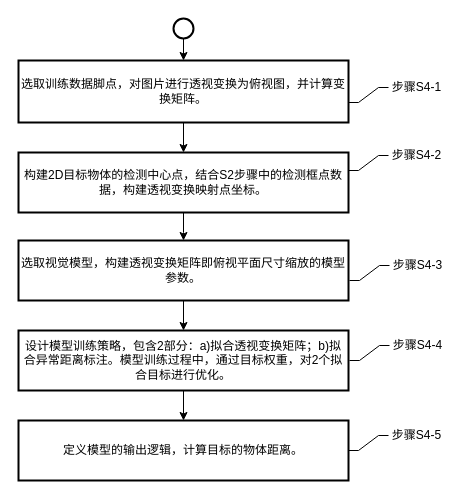
Above: page "第 5 页" (5 of 8) of 未命名绘图.drawio in luhaofang/luhaofang.github.io (draw.io), before the change. Source tidied: cells renumbered, new cells numbered last; positions are measured from the earlier drawing's top-left corner, leaving out a move shared by most shapes. Both pictures are drawn from the tidied source at 100%, with x=0, y=0 at pixel (18, 18).
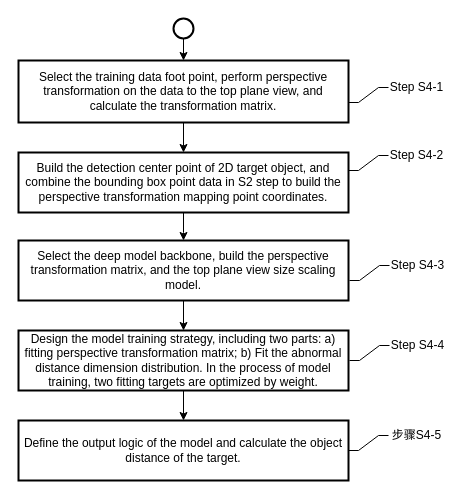
Above is the later version.

What changed in the source:
```diff
@@
-    <mxCell id="3" value="选取训练数据脚点，对图片进行透视变换为俯视图，并计算变换矩阵。" style="rounded=1;whiteSpace=wrap;html=1;absoluteArcSize=1;arcSize=0;strokeWidth=2;" parent="1" vertex="1">
+    <mxCell id="3" value="Select the training data foot point, perform perspective transformation on the data to the top plane view, and calculate the transformation matrix." style="rounded=1;whiteSpace=wrap;html=1;absoluteArcSize=1;arcSize=0;strokeWidth=2;" parent="1" vertex="1">
       <mxGeometry y="42" width="330" height="62" as="geometry" />
     </mxCell>
@@
-    <mxCell id="7" value="构建2D目标物体的检测中心点，结合S2步骤中的检测框点数据，构建透视变换映射点坐标。" style="rounded=1;whiteSpace=wrap;html=1;absoluteArcSize=1;arcSize=0;strokeWidth=2;" parent="1" vertex="1">
+    <mxCell id="7" value="Build the detection center point of 2D target object, and combine the bounding box point data in S2 step to build the perspective transformation mapping point coordinates." style="rounded=1;whiteSpace=wrap;html=1;absoluteArcSize=1;arcSize=0;strokeWidth=2;" parent="1" vertex="1">
       <mxGeometry y="134" width="330" height="60" as="geometry" />
     </mxCell>
@@
-    <mxCell id="9" value="设计模型训练策略，包含2部分：a)拟合透视变换矩阵；b)拟合异常距离标注。模型训练过程中，通过目标权重，对2个拟合目标进行优化。" style="rounded=1;whiteSpace=wrap;html=1;absoluteArcSize=1;arcSize=0;strokeWidth=2;" parent="1" vertex="1">
+    <mxCell id="9" value="Design the model training strategy, including two parts: a) fitting perspective transformation matrix; b) Fit the abnormal distance dimension distribution. In the process of model training, two fitting targets are optimized by weight." style="rounded=1;whiteSpace=wrap;html=1;absoluteArcSize=1;arcSize=0;strokeWidth=2;" parent="1" vertex="1">
       <mxGeometry y="312" width="330" height="60" as="geometry" />
     </mxCell>
@@
-    <mxCell id="11" value="选取视觉模型，构建透视变换矩阵即俯视平面尺寸缩放的模型参数。" style="rounded=1;whiteSpace=wrap;html=1;absoluteArcSize=1;arcSize=0;strokeWidth=2;" parent="1" vertex="1">
+    <mxCell id="11" value="Select the deep model backbone, build the perspective transformation matrix, and the top plane view size scaling model." style="rounded=1;whiteSpace=wrap;html=1;absoluteArcSize=1;arcSize=0;strokeWidth=2;" parent="1" vertex="1">
       <mxGeometry y="222" width="330" height="60" as="geometry" />
     </mxCell>
@@
-    <mxCell id="13" value="步骤S4-1" style="text;html=1;align=center;verticalAlign=middle;strokeColor=none;fillColor=none;" parent="1" vertex="1">
-      <mxGeometry x="363" y="54" width="70" height="30" as="geometry" />
+    <mxCell id="13" value="Step S4-1" style="text;html=1;align=center;verticalAlign=middle;strokeColor=none;fillColor=none;" parent="1" vertex="1">
+      <mxGeometry x="358" y="54" width="80" height="30" as="geometry" />
     </mxCell>
@@
-    <mxCell id="15" value="步骤S4-2" style="text;html=1;align=center;verticalAlign=middle;strokeColor=none;fillColor=none;" parent="1" vertex="1">
-      <mxGeometry x="363" y="122" width="70" height="30" as="geometry" />
+    <mxCell id="15" value="Step S4-2" style="text;html=1;align=center;verticalAlign=middle;strokeColor=none;fillColor=none;" parent="1" vertex="1">
+      <mxGeometry x="358" y="122" width="80" height="30" as="geometry" />
     </mxCell>
@@
-    <mxCell id="17" value="步骤S4-3" style="text;html=1;align=center;verticalAlign=middle;strokeColor=none;fillColor=none;" parent="1" vertex="1">
-      <mxGeometry x="364" y="232" width="70" height="30" as="geometry" />
+    <mxCell id="17" value="Step S4-3" style="text;html=1;align=center;verticalAlign=middle;strokeColor=none;fillColor=none;" parent="1" vertex="1">
+      <mxGeometry x="359" y="232" width="80" height="30" as="geometry" />
     </mxCell>
@@
-    <mxCell id="19" value="步骤S4-4" style="text;html=1;align=center;verticalAlign=middle;strokeColor=none;fillColor=none;" parent="1" vertex="1">
-      <mxGeometry x="364" y="312" width="70" height="30" as="geometry" />
+    <mxCell id="19" value="Step S4-4" style="text;html=1;align=center;verticalAlign=middle;strokeColor=none;fillColor=none;" parent="1" vertex="1">
+      <mxGeometry x="359" y="312" width="80" height="30" as="geometry" />
     </mxCell>
-    <mxCell id="20" value="定义模型的输出逻辑，计算目标的物体距离。" style="rounded=1;whiteSpace=wrap;html=1;absoluteArcSize=1;arcSize=0;strokeWidth=2;" parent="1" vertex="1">
+    <mxCell id="20" value="Define the output logic of the model and calculate the object distance of the target." style="rounded=1;whiteSpace=wrap;html=1;absoluteArcSize=1;arcSize=0;strokeWidth=2;" parent="1" vertex="1">
       <mxGeometry y="402" width="330" height="60" as="geometry" />
     </mxCell>
```
